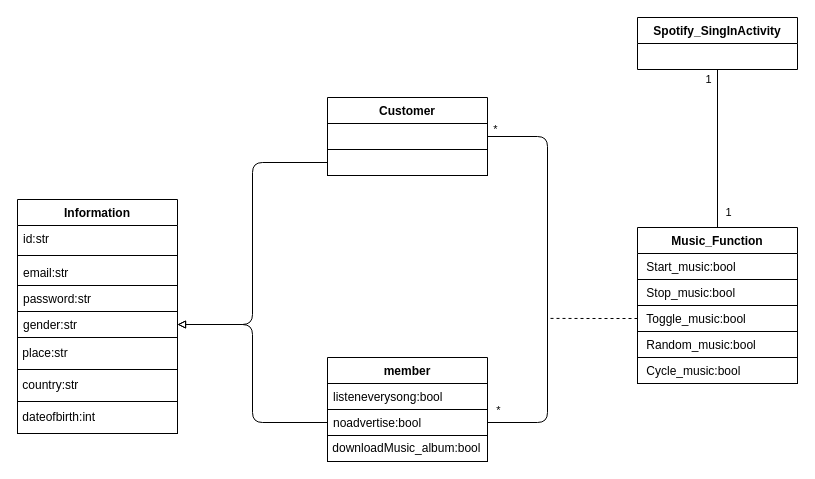
The draw.io diagram page "音樂功能" (6 of 12) of draw object class.drawio in 35596035/End-of-period-project, before the edit. Source tidied: cells renumbered, new cells numbered last; positions are measured from the earlier drawing's top-left corner, leaving out a move shared by most shapes. Both pictures are drawn from the tidied source at 100%, with x=0, y=0 at pixel (17, 17).
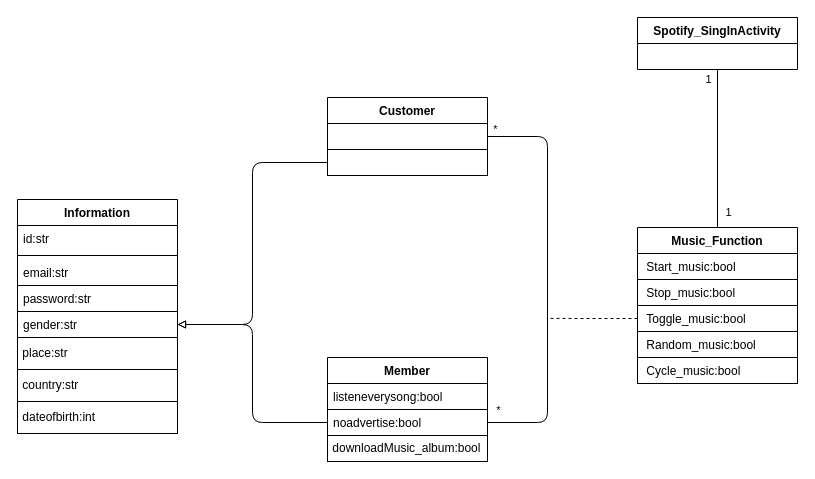
The same page after the edit.

Change to the diagram source:
```diff
@@
-    <mxCell id="11" value="member" style="swimlane;fontStyle=1;align=center;verticalAlign=top;horizontal=1;startSize=26;" parent="1" vertex="1">
+    <mxCell id="11" value="Member" style="swimlane;fontStyle=1;align=center;verticalAlign=top;horizontal=1;startSize=26;" parent="1" vertex="1">
       <mxGeometry x="310" y="340" width="160" height="104" as="geometry" />
     </mxCell>
```
